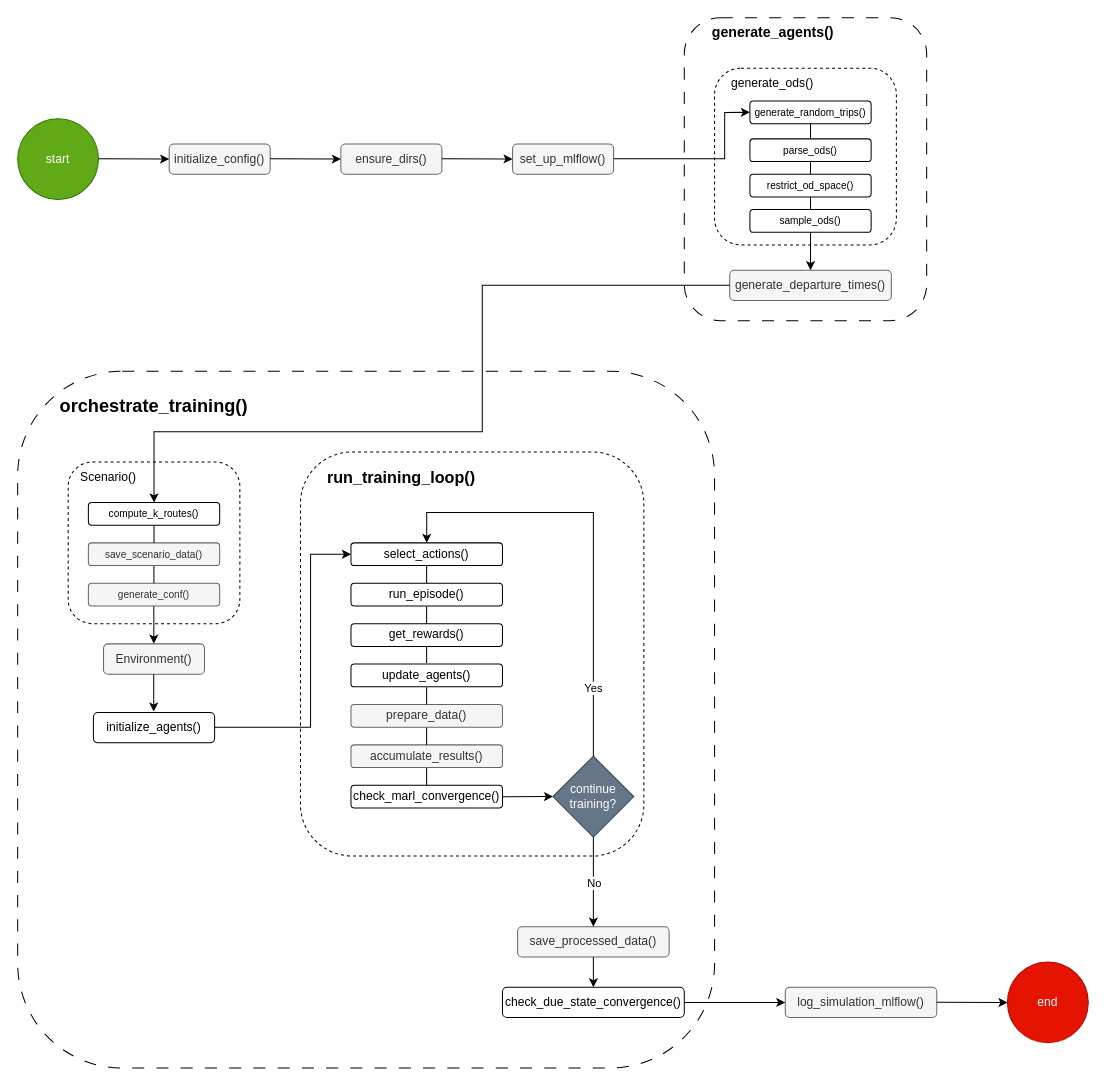
MiguelDonado/TFM_TraSIrr keeps this draw.io diagram as thesis_document/media/5.ExperimentalDesign_Evaluation/1.Implementation/MainProgram.drawio. Above is the earlier version. Source tidied: cells renumbered, new cells numbered last; positions are measured from the earlier drawing's top-left corner, leaving out a move shared by most shapes. Both pictures are drawn from the tidied source at 101%, with x=0, y=0 at pixel (17, 17).
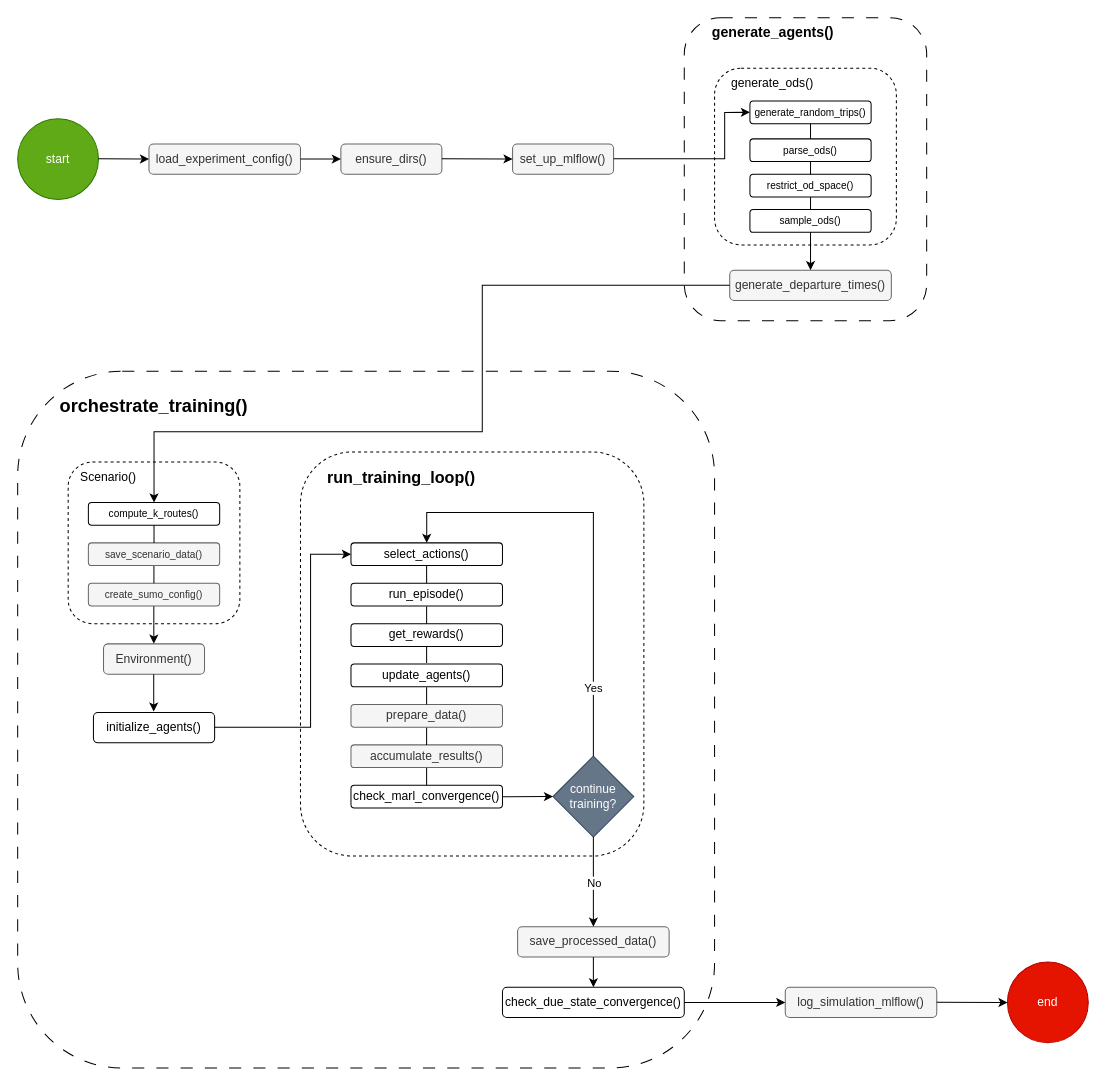
The same diagram, later.

Change to the diagram source:
```diff
@@
-    <mxCell id="3" value="initialize_config()" style="rounded=1;whiteSpace=wrap;html=1;fillColor=#f5f5f5;fontColor=#333333;strokeColor=#666666;" parent="1" vertex="1">
-      <mxGeometry x="150" y="125" width="100" height="30" as="geometry" />
+    <mxCell id="3" value="load_experiment_config()" style="rounded=1;whiteSpace=wrap;html=1;fillColor=#f5f5f5;fontColor=#333333;strokeColor=#666666;" parent="1" vertex="1">
+      <mxGeometry x="130" y="125" width="150" height="30" as="geometry" />
     </mxCell>
@@
-    <mxCell id="5" style="endArrow=classic;html=1;rounded=0;entryX=0;entryY=0.5;entryDx=0;entryDy=0;" parent="1" edge="1" target="3">
+    <mxCell id="5" style="endArrow=classic;html=1;rounded=0;" parent="1" edge="1">
       <mxGeometry relative="1" as="geometry">
         <mxPoint x="80" y="139.7" as="sourcePoint" />
+        <mxPoint x="130" y="140" as="targetPoint" />
       </mxGeometry>
     </mxCell>
@@
-    <mxCell id="7" style="endArrow=classic;html=1;rounded=0;entryX=0;entryY=0.5;entryDx=0;entryDy=0;" parent="1" edge="1">
+    <mxCell id="7" style="endArrow=classic;html=1;rounded=0;entryX=0;entryY=0.5;entryDx=0;entryDy=0;exitX=1;exitY=0.5;exitDx=0;exitDy=0;" parent="1" edge="1" source="3">
       <mxGeometry relative="1" as="geometry">
-        <mxPoint x="250" y="139.7" as="sourcePoint" />
         <mxPoint x="320" y="140" as="targetPoint" />
       </mxGeometry>
     </mxCell>
@@
-    <mxCell id="27" value="generate_conf()" style="rounded=1;whiteSpace=wrap;html=1;fillColor=#f5f5f5;fontColor=#333333;strokeColor=#666666;fontSize=10;" parent="1" vertex="1">
+    <mxCell id="27" value="create_sumo_config()" style="rounded=1;whiteSpace=wrap;html=1;fillColor=#f5f5f5;fontColor=#333333;strokeColor=#666666;fontSize=10;" parent="1" vertex="1">
       <mxGeometry x="70" y="560" width="130" height="22.5" as="geometry" />
     </mxCell>
```
